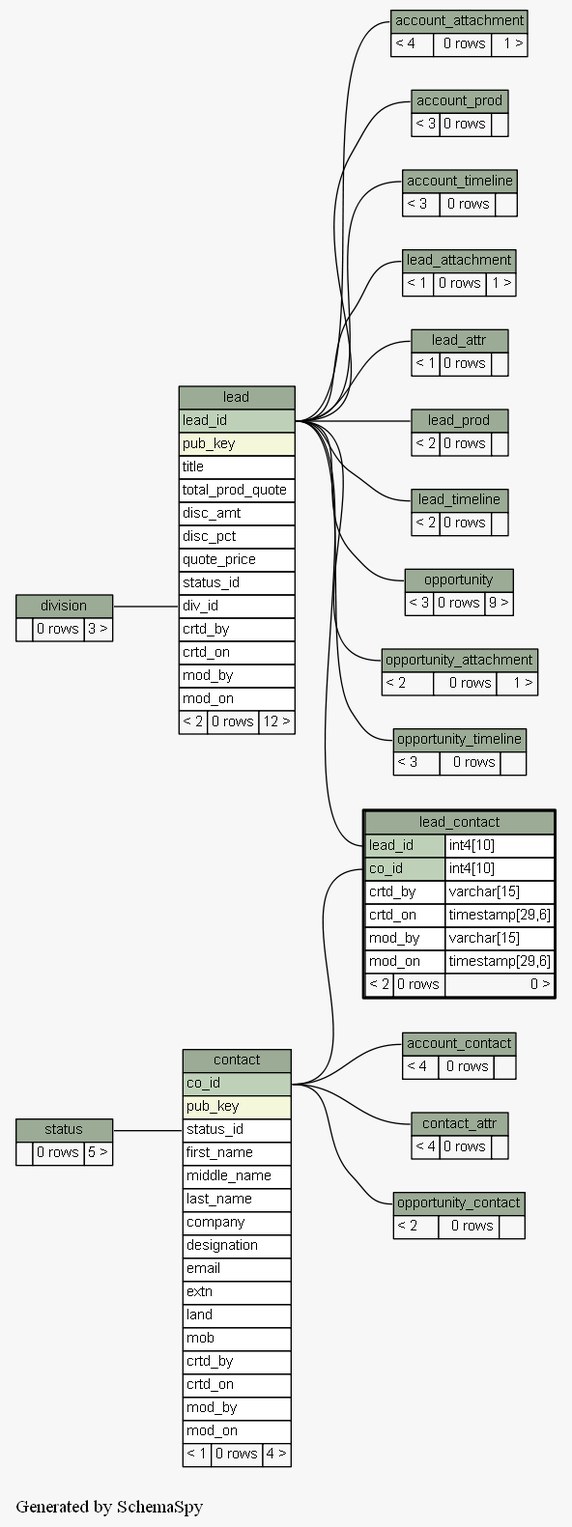
Before: docs/database/schemaspy/graphs/lead_contact.2degrees.png, a diagram exported from Graphviz (engineerscraft/salesforce). Its source is kept beside it as docs/database/schemaspy/graphs/lead_contact.2degrees.dot. Source of this version:
```dot
digraph "twoDegreesRelationshipsGraph" {
  graph [
    rankdir="RL"
    bgcolor="#f7f7f7"
    label="\nGenerated by SchemaSpy"
    labeljust="l"
  ];
  node [
    fontname="Helvetica"
    fontsize="11"
    shape="plaintext"
  ];
  edge [
    arrowsize="0.8"
  ];
  "account_attachment":"account_attachment.heading":w -> "lead":"lead_id":e [arrowtail=crowodot arrowhead=none];
  "account_contact":"account_contact.heading":w -> "contact":"co_id":e [arrowtail=crowtee arrowhead=none];
  "account_prod":"account_prod.heading":w -> "lead":"lead_id":e [arrowtail=crowtee arrowhead=none];
  "account_timeline":"account_timeline.heading":w -> "lead":"lead_id":e [arrowtail=crowodot arrowhead=none];
  "contact":"status_id":w -> "status":"status.heading":e [arrowtail=crowtee arrowhead=none];
  "contact_attr":"contact_attr.heading":w -> "contact":"co_id":e [arrowtail=tee arrowhead=none];
  "lead":"div_id":w -> "division":"division.heading":e [arrowtail=crowtee arrowhead=none];
  "lead_attachment":"lead_attachment.heading":w -> "lead":"lead_id":e [arrowtail=crowtee arrowhead=none];
  "lead_attr":"lead_attr.heading":w -> "lead":"lead_id":e [arrowtail=tee arrowhead=none];
  "lead_contact":"co_id":w -> "contact":"co_id":e [arrowtail=crowtee arrowhead=none];
  "lead_contact":"lead_id":w -> "lead":"lead_id":e [arrowtail=crowtee arrowhead=none];
  "lead_prod":"lead_prod.heading":w -> "lead":"lead_id":e [arrowtail=crowtee arrowhead=none];
  "lead_timeline":"lead_timeline.heading":w -> "lead":"lead_id":e [arrowtail=crowtee arrowhead=none];
  "opportunity":"opportunity.heading":w -> "lead":"lead_id":e [arrowtail=crowodot arrowhead=none];
  "opportunity_attachment":"opportunity_attachment.heading":w -> "lead":"lead_id":e [arrowtail=crowtee arrowhead=none];
  "opportunity_contact":"opportunity_contact.heading":w -> "contact":"co_id":e [arrowtail=crowtee arrowhead=none];
  "opportunity_timeline":"opportunity_timeline.heading":w -> "lead":"lead_id":e [arrowtail=crowodot arrowhead=none];
  "account_attachment" [
    label=<
    <TABLE BORDER="0" CELLBORDER="1" CELLSPACING="0" BGCOLOR="#ffffff">
      <TR><TD PORT="account_attachment.heading" COLSPAN="3" BGCOLOR="#9bab96" ALIGN="CENTER">account_attachment</TD></TR>
      <TR><TD ALIGN="LEFT" BGCOLOR="#f7f7f7">&lt; 4</TD><TD ALIGN="RIGHT" BGCOLOR="#f7f7f7">0 rows</TD><TD ALIGN="RIGHT" BGCOLOR="#f7f7f7">1 &gt;</TD></TR>
    </TABLE>>
    URL="account_attachment.html#graph"
    tooltip="account_attachment"
  ];
  "account_contact" [
    label=<
    <TABLE BORDER="0" CELLBORDER="1" CELLSPACING="0" BGCOLOR="#ffffff">
      <TR><TD PORT="account_contact.heading" COLSPAN="3" BGCOLOR="#9bab96" ALIGN="CENTER">account_contact</TD></TR>
      <TR><TD ALIGN="LEFT" BGCOLOR="#f7f7f7">&lt; 4</TD><TD ALIGN="RIGHT" BGCOLOR="#f7f7f7">0 rows</TD><TD ALIGN="RIGHT" BGCOLOR="#f7f7f7">  </TD></TR>
    </TABLE>>
    URL="account_contact.html#graph"
    tooltip="account_contact"
  ];
  "account_prod" [
    label=<
    <TABLE BORDER="0" CELLBORDER="1" CELLSPACING="0" BGCOLOR="#ffffff">
      <TR><TD PORT="account_prod.heading" COLSPAN="3" BGCOLOR="#9bab96" ALIGN="CENTER">account_prod</TD></TR>
      <TR><TD ALIGN="LEFT" BGCOLOR="#f7f7f7">&lt; 3</TD><TD ALIGN="RIGHT" BGCOLOR="#f7f7f7">0 rows</TD><TD ALIGN="RIGHT" BGCOLOR="#f7f7f7">  </TD></TR>
    </TABLE>>
    URL="account_prod.html#graph"
    tooltip="account_prod"
  ];
  "account_timeline" [
    label=<
    <TABLE BORDER="0" CELLBORDER="1" CELLSPACING="0" BGCOLOR="#ffffff">
      <TR><TD PORT="account_timeline.heading" COLSPAN="3" BGCOLOR="#9bab96" ALIGN="CENTER">account_timeline</TD></TR>
      <TR><TD ALIGN="LEFT" BGCOLOR="#f7f7f7">&lt; 3</TD><TD ALIGN="RIGHT" BGCOLOR="#f7f7f7">0 rows</TD><TD ALIGN="RIGHT" BGCOLOR="#f7f7f7">  </TD></TR>
    </TABLE>>
    URL="account_timeline.html#graph"
    tooltip="account_timeline"
  ];
  "contact" [
    label=<
    <TABLE BORDER="0" CELLBORDER="1" CELLSPACING="0" BGCOLOR="#ffffff">
      <TR><TD PORT="contact.heading" COLSPAN="3" BGCOLOR="#9bab96" ALIGN="CENTER">contact</TD></TR>
      <TR><TD PORT="co_id" COLSPAN="3" BGCOLOR="#bed1b8" ALIGN="LEFT">co_id</TD></TR>
      <TR><TD PORT="pub_key" COLSPAN="3" BGCOLOR="#f4f7da" ALIGN="LEFT">pub_key</TD></TR>
      <TR><TD PORT="status_id" COLSPAN="3" ALIGN="LEFT">status_id</TD></TR>
      <TR><TD PORT="first_name" COLSPAN="3" ALIGN="LEFT">first_name</TD></TR>
      <TR><TD PORT="middle_name" COLSPAN="3" ALIGN="LEFT">middle_name</TD></TR>
      <TR><TD PORT="last_name" COLSPAN="3" ALIGN="LEFT">last_name</TD></TR>
      <TR><TD PORT="company" COLSPAN="3" ALIGN="LEFT">company</TD></TR>
      <TR><TD PORT="designation" COLSPAN="3" ALIGN="LEFT">designation</TD></TR>
      <TR><TD PORT="email" COLSPAN="3" ALIGN="LEFT">email</TD></TR>
      <TR><TD PORT="extn" COLSPAN="3" ALIGN="LEFT">extn</TD></TR>
      <TR><TD PORT="land" COLSPAN="3" ALIGN="LEFT">land</TD></TR>
      <TR><TD PORT="mob" COLSPAN="3" ALIGN="LEFT">mob</TD></TR>
      <TR><TD PORT="crtd_by" COLSPAN="3" ALIGN="LEFT">crtd_by</TD></TR>
      <TR><TD PORT="crtd_on" COLSPAN="3" ALIGN="LEFT">crtd_on</TD></TR>
      <TR><TD PORT="mod_by" COLSPAN="3" ALIGN="LEFT">mod_by</TD></TR>
      <TR><TD PORT="mod_on" COLSPAN="3" ALIGN="LEFT">mod_on</TD></TR>
      <TR><TD ALIGN="LEFT" BGCOLOR="#f7f7f7">&lt; 1</TD><TD ALIGN="RIGHT" BGCOLOR="#f7f7f7">0 rows</TD><TD ALIGN="RIGHT" BGCOLOR="#f7f7f7">4 &gt;</TD></TR>
    </TABLE>>
    URL="contact.html#graph"
    tooltip="contact"
  ];
  "contact_attr" [
    label=<
    <TABLE BORDER="0" CELLBORDER="1" CELLSPACING="0" BGCOLOR="#ffffff">
      <TR><TD PORT="contact_attr.heading" COLSPAN="3" BGCOLOR="#9bab96" ALIGN="CENTER">contact_attr</TD></TR>
      <TR><TD ALIGN="LEFT" BGCOLOR="#f7f7f7">&lt; 4</TD><TD ALIGN="RIGHT" BGCOLOR="#f7f7f7">0 rows</TD><TD ALIGN="RIGHT" BGCOLOR="#f7f7f7">  </TD></TR>
    </TABLE>>
    URL="contact_attr.html#graph"
    tooltip="contact_attr"
  ];
  "division" [
    label=<
    <TABLE BORDER="0" CELLBORDER="1" CELLSPACING="0" BGCOLOR="#ffffff">
      <TR><TD PORT="division.heading" COLSPAN="3" BGCOLOR="#9bab96" ALIGN="CENTER">division</TD></TR>
      <TR><TD ALIGN="LEFT" BGCOLOR="#f7f7f7">  </TD><TD ALIGN="RIGHT" BGCOLOR="#f7f7f7">0 rows</TD><TD ALIGN="RIGHT" BGCOLOR="#f7f7f7">3 &gt;</TD></TR>
    </TABLE>>
    URL="division.html#graph"
    tooltip="division"
  ];
  "lead" [
    label=<
    <TABLE BORDER="0" CELLBORDER="1" CELLSPACING="0" BGCOLOR="#ffffff">
      <TR><TD PORT="lead.heading" COLSPAN="3" BGCOLOR="#9bab96" ALIGN="CENTER">lead</TD></TR>
      <TR><TD PORT="lead_id" COLSPAN="3" BGCOLOR="#bed1b8" ALIGN="LEFT">lead_id</TD></TR>
      <TR><TD PORT="pub_key" COLSPAN="3" BGCOLOR="#f4f7da" ALIGN="LEFT">pub_key</TD></TR>
      <TR><TD PORT="title" COLSPAN="3" ALIGN="LEFT">title</TD></TR>
      <TR><TD PORT="total_prod_quote" COLSPAN="3" ALIGN="LEFT">total_prod_quote</TD></TR>
      <TR><TD PORT="disc_amt" COLSPAN="3" ALIGN="LEFT">disc_amt</TD></TR>
      <TR><TD PORT="disc_pct" COLSPAN="3" ALIGN="LEFT">disc_pct</TD></TR>
      <TR><TD PORT="quote_price" COLSPAN="3" ALIGN="LEFT">quote_price</TD></TR>
      <TR><TD PORT="status_id" COLSPAN="3" ALIGN="LEFT">status_id</TD></TR>
      <TR><TD PORT="div_id" COLSPAN="3" ALIGN="LEFT">div_id</TD></TR>
      <TR><TD PORT="crtd_by" COLSPAN="3" ALIGN="LEFT">crtd_by</TD></TR>
      <TR><TD PORT="crtd_on" COLSPAN="3" ALIGN="LEFT">crtd_on</TD></TR>
      <TR><TD PORT="mod_by" COLSPAN="3" ALIGN="LEFT">mod_by</TD></TR>
      <TR><TD PORT="mod_on" COLSPAN="3" ALIGN="LEFT">mod_on</TD></TR>
      <TR><TD ALIGN="LEFT" BGCOLOR="#f7f7f7">&lt; 2</TD><TD ALIGN="RIGHT" BGCOLOR="#f7f7f7">0 rows</TD><TD ALIGN="RIGHT" BGCOLOR="#f7f7f7">12 &gt;</TD></TR>
    </TABLE>>
    URL="lead.html#graph"
    tooltip="lead"
  ];
  "lead_attachment" [
    label=<
    <TABLE BORDER="0" CELLBORDER="1" CELLSPACING="0" BGCOLOR="#ffffff">
      <TR><TD PORT="lead_attachment.heading" COLSPAN="3" BGCOLOR="#9bab96" ALIGN="CENTER">lead_attachment</TD></TR>
      <TR><TD ALIGN="LEFT" BGCOLOR="#f7f7f7">&lt; 1</TD><TD ALIGN="RIGHT" BGCOLOR="#f7f7f7">0 rows</TD><TD ALIGN="RIGHT" BGCOLOR="#f7f7f7">1 &gt;</TD></TR>
    </TABLE>>
    URL="lead_attachment.html#graph"
    tooltip="lead_attachment"
  ];
  "lead_attr" [
    label=<
    <TABLE BORDER="0" CELLBORDER="1" CELLSPACING="0" BGCOLOR="#ffffff">
      <TR><TD PORT="lead_attr.heading" COLSPAN="3" BGCOLOR="#9bab96" ALIGN="CENTER">lead_attr</TD></TR>
      <TR><TD ALIGN="LEFT" BGCOLOR="#f7f7f7">&lt; 1</TD><TD ALIGN="RIGHT" BGCOLOR="#f7f7f7">0 rows</TD><TD ALIGN="RIGHT" BGCOLOR="#f7f7f7">  </TD></TR>
    </TABLE>>
    URL="lead_attr.html#graph"
    tooltip="lead_attr"
  ];
  "lead_contact" [
    label=<
    <TABLE BORDER="2" CELLBORDER="1" CELLSPACING="0" BGCOLOR="#ffffff">
      <TR><TD PORT="lead_contact.heading" COLSPAN="3" BGCOLOR="#9bab96" ALIGN="CENTER">lead_contact</TD></TR>
      <TR><TD PORT="lead_id" COLSPAN="2" BGCOLOR="#bed1b8" ALIGN="LEFT">lead_id</TD><TD PORT="lead_id.type" ALIGN="LEFT">int4[10]</TD></TR>
      <TR><TD PORT="co_id" COLSPAN="2" BGCOLOR="#bed1b8" ALIGN="LEFT">co_id</TD><TD PORT="co_id.type" ALIGN="LEFT">int4[10]</TD></TR>
      <TR><TD PORT="crtd_by" COLSPAN="2" ALIGN="LEFT">crtd_by</TD><TD PORT="crtd_by.type" ALIGN="LEFT">varchar[15]</TD></TR>
      <TR><TD PORT="crtd_on" COLSPAN="2" ALIGN="LEFT">crtd_on</TD><TD PORT="crtd_on.type" ALIGN="LEFT">timestamp[29,6]</TD></TR>
      <TR><TD PORT="mod_by" COLSPAN="2" ALIGN="LEFT">mod_by</TD><TD PORT="mod_by.type" ALIGN="LEFT">varchar[15]</TD></TR>
      <TR><TD PORT="mod_on" COLSPAN="2" ALIGN="LEFT">mod_on</TD><TD PORT="mod_on.type" ALIGN="LEFT">timestamp[29,6]</TD></TR>
      <TR><TD ALIGN="LEFT" BGCOLOR="#f7f7f7">&lt; 2</TD><TD ALIGN="RIGHT" BGCOLOR="#f7f7f7">0 rows</TD><TD ALIGN="RIGHT" BGCOLOR="#f7f7f7">0 &gt;</TD></TR>
    </TABLE>>
    URL="lead_contact.html#"
    tooltip="lead_contact"
  ];
  "lead_prod" [
    label=<
    <TABLE BORDER="0" CELLBORDER="1" CELLSPACING="0" BGCOLOR="#ffffff">
      <TR><TD PORT="lead_prod.heading" COLSPAN="3" BGCOLOR="#9bab96" ALIGN="CENTER">lead_prod</TD></TR>
      <TR><TD ALIGN="LEFT" BGCOLOR="#f7f7f7">&lt; 2</TD><TD ALIGN="RIGHT" BGCOLOR="#f7f7f7">0 rows</TD><TD ALIGN="RIGHT" BGCOLOR="#f7f7f7">  </TD></TR>
    </TABLE>>
    URL="lead_prod.html#graph"
    tooltip="lead_prod"
  ];
  "lead_timeline" [
    label=<
    <TABLE BORDER="0" CELLBORDER="1" CELLSPACING="0" BGCOLOR="#ffffff">
      <TR><TD PORT="lead_timeline.heading" COLSPAN="3" BGCOLOR="#9bab96" ALIGN="CENTER">lead_timeline</TD></TR>
      <TR><TD ALIGN="LEFT" BGCOLOR="#f7f7f7">&lt; 2</TD><TD ALIGN="RIGHT" BGCOLOR="#f7f7f7">0 rows</TD><TD ALIGN="RIGHT" BGCOLOR="#f7f7f7">  </TD></TR>
    </TABLE>>
    URL="lead_timeline.html#graph"
    tooltip="lead_timeline"
  ];
  "opportunity" [
    label=<
    <TABLE BORDER="0" CELLBORDER="1" CELLSPACING="0" BGCOLOR="#ffffff">
      <TR><TD PORT="opportunity.heading" COLSPAN="3" BGCOLOR="#9bab96" ALIGN="CENTER">opportunity</TD></TR>
      <TR><TD ALIGN="LEFT" BGCOLOR="#f7f7f7">&lt; 3</TD><TD ALIGN="RIGHT" BGCOLOR="#f7f7f7">0 rows</TD><TD ALIGN="RIGHT" BGCOLOR="#f7f7f7">9 &gt;</TD></TR>
    </TABLE>>
    URL="opportunity.html#graph"
    tooltip="opportunity"
  ];
  "opportunity_attachment" [
    label=<
    <TABLE BORDER="0" CELLBORDER="1" CELLSPACING="0" BGCOLOR="#ffffff">
      <TR><TD PORT="opportunity_attachment.heading" COLSPAN="3" BGCOLOR="#9bab96" ALIGN="CENTER">opportunity_attachment</TD></TR>
      <TR><TD ALIGN="LEFT" BGCOLOR="#f7f7f7">&lt; 2</TD><TD ALIGN="RIGHT" BGCOLOR="#f7f7f7">0 rows</TD><TD ALIGN="RIGHT" BGCOLOR="#f7f7f7">1 &gt;</TD></TR>
    </TABLE>>
    URL="opportunity_attachment.html#graph"
    tooltip="opportunity_attachment"
  ];
  "opportunity_contact" [
    label=<
    <TABLE BORDER="0" CELLBORDER="1" CELLSPACING="0" BGCOLOR="#ffffff">
      <TR><TD PORT="opportunity_contact.heading" COLSPAN="3" BGCOLOR="#9bab96" ALIGN="CENTER">opportunity_contact</TD></TR>
      <TR><TD ALIGN="LEFT" BGCOLOR="#f7f7f7">&lt; 2</TD><TD ALIGN="RIGHT" BGCOLOR="#f7f7f7">0 rows</TD><TD ALIGN="RIGHT" BGCOLOR="#f7f7f7">  </TD></TR>
    </TABLE>>
    URL="opportunity_contact.html#graph"
    tooltip="opportunity_contact"
  ];
  "opportunity_timeline" [
    label=<
    <TABLE BORDER="0" CELLBORDER="1" CELLSPACING="0" BGCOLOR="#ffffff">
      <TR><TD PORT="opportunity_timeline.heading" COLSPAN="3" BGCOLOR="#9bab96" ALIGN="CENTER">opportunity_timeline</TD></TR>
      <TR><TD ALIGN="LEFT" BGCOLOR="#f7f7f7">&lt; 3</TD><TD ALIGN="RIGHT" BGCOLOR="#f7f7f7">0 rows</TD><TD ALIGN="RIGHT" BGCOLOR="#f7f7f7">  </TD></TR>
    </TABLE>>
    URL="opportunity_timeline.html#graph"
    tooltip="opportunity_timeline"
  ];
  "status" [
    label=<
    <TABLE BORDER="0" CELLBORDER="1" CELLSPACING="0" BGCOLOR="#ffffff">
      <TR><TD PORT="status.heading" COLSPAN="3" BGCOLOR="#9bab96" ALIGN="CENTER">status</TD></TR>
      <TR><TD ALIGN="LEFT" BGCOLOR="#f7f7f7">  </TD><TD ALIGN="RIGHT" BGCOLOR="#f7f7f7">0 rows</TD><TD ALIGN="RIGHT" BGCOLOR="#f7f7f7">5 &gt;</TD></TR>
    </TABLE>>
    URL="status.html#graph"
    tooltip="status"
  ];
}
```
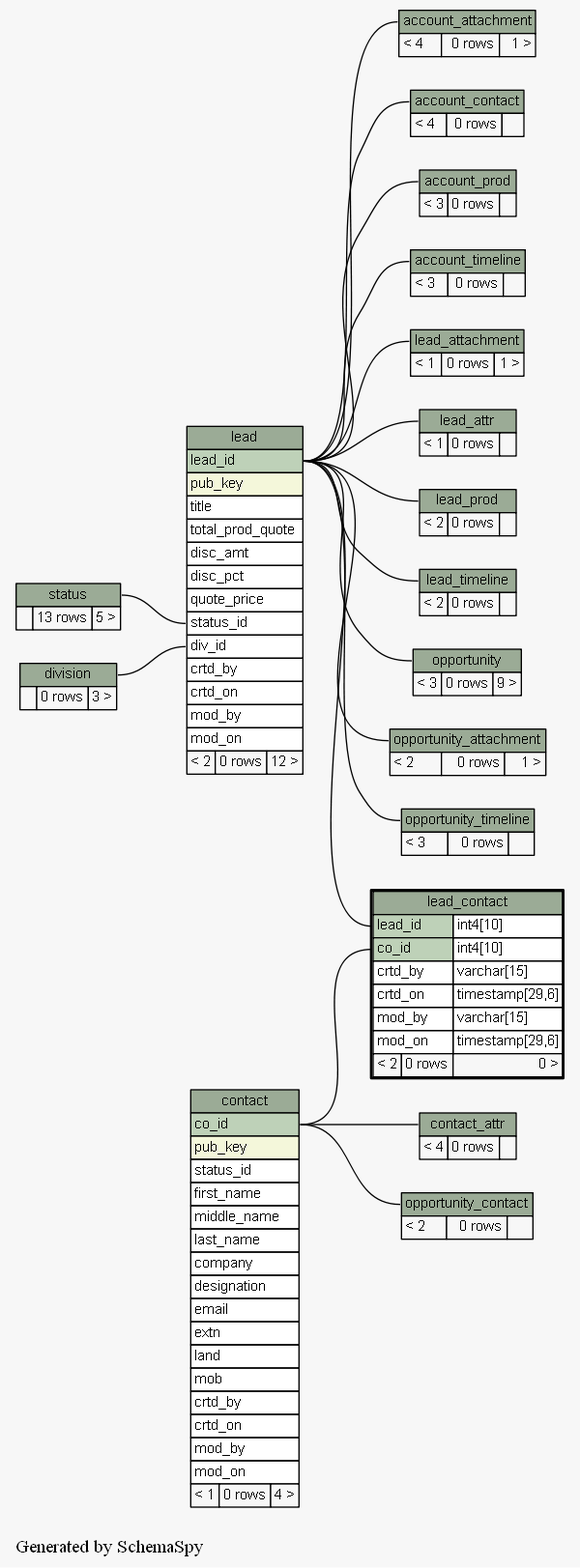
After the change.

Diff of the diagram source:
```diff
@@ -14,12 +14,12 @@
     arrowsize="0.8"
   ];
   "account_attachment":"account_attachment.heading":w -> "lead":"lead_id":e [arrowtail=crowodot arrowhead=none];
-  "account_contact":"account_contact.heading":w -> "contact":"co_id":e [arrowtail=crowtee arrowhead=none];
+  "account_contact":"account_contact.heading":w -> "lead":"lead_id":e [arrowtail=crowtee arrowhead=none];
   "account_prod":"account_prod.heading":w -> "lead":"lead_id":e [arrowtail=crowtee arrowhead=none];
   "account_timeline":"account_timeline.heading":w -> "lead":"lead_id":e [arrowtail=crowodot arrowhead=none];
-  "contact":"status_id":w -> "status":"status.heading":e [arrowtail=crowtee arrowhead=none];
   "contact_attr":"contact_attr.heading":w -> "contact":"co_id":e [arrowtail=tee arrowhead=none];
   "lead":"div_id":w -> "division":"division.heading":e [arrowtail=crowtee arrowhead=none];
+  "lead":"status_id":w -> "status":"status.heading":e [arrowtail=crowtee arrowhead=none];
   "lead_attachment":"lead_attachment.heading":w -> "lead":"lead_id":e [arrowtail=crowtee arrowhead=none];
   "lead_attr":"lead_attr.heading":w -> "lead":"lead_id":e [arrowtail=tee arrowhead=none];
   "lead_contact":"co_id":w -> "contact":"co_id":e [arrowtail=crowtee arrowhead=none];
@@ -222,7 +222,7 @@
     label=<
     <TABLE BORDER="0" CELLBORDER="1" CELLSPACING="0" BGCOLOR="#ffffff">
       <TR><TD PORT="status.heading" COLSPAN="3" BGCOLOR="#9bab96" ALIGN="CENTER">status</TD></TR>
-      <TR><TD ALIGN="LEFT" BGCOLOR="#f7f7f7">  </TD><TD ALIGN="RIGHT" BGCOLOR="#f7f7f7">0 rows</TD><TD ALIGN="RIGHT" BGCOLOR="#f7f7f7">5 &gt;</TD></TR>
+      <TR><TD ALIGN="LEFT" BGCOLOR="#f7f7f7">  </TD><TD ALIGN="RIGHT" BGCOLOR="#f7f7f7">13 rows</TD><TD ALIGN="RIGHT" BGCOLOR="#f7f7f7">5 &gt;</TD></TR>
     </TABLE>>
     URL="status.html#graph"
     tooltip="status"
```
